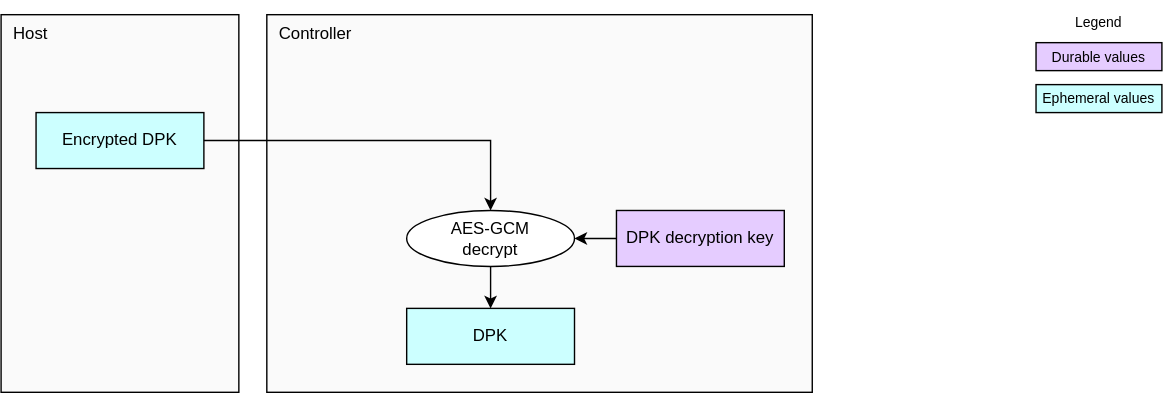
Above: doc/ocp_lock/diagrams/dpk_injection_example.drawio.svg in chipsalliance/Caliptra (draw.io), before the change. Source tidied: cells renumbered, new cells last; positions are measured from the earlier drawing's top-left corner, leaving out a move shared by most shapes.
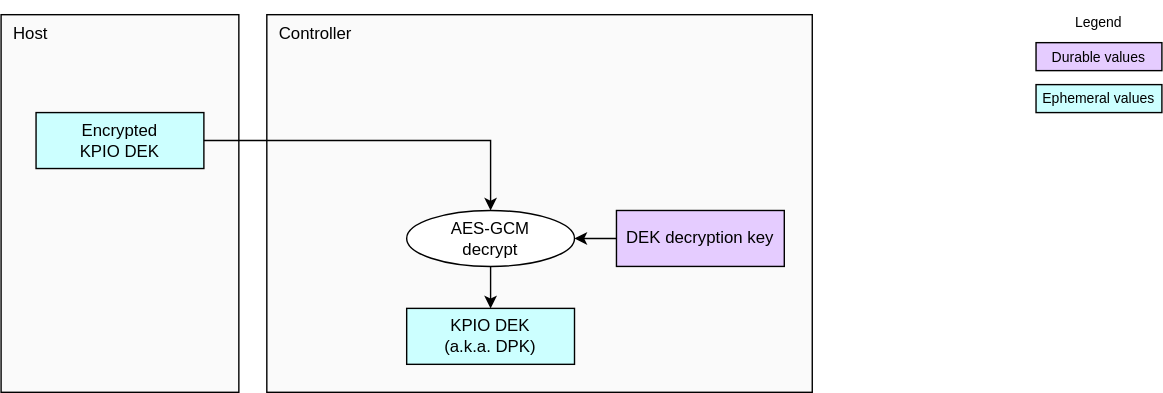
After the commit.

The edit, as a diff of the source:
```diff
@@ -17,7 +17,7 @@
     <mxCell id="6" value="Host" style="rounded=0;whiteSpace=wrap;html=1;fillColor=#FAFAFA;strokeColor=#000000;align=left;verticalAlign=top;spacingLeft=7;" parent="1" vertex="1">
       <mxGeometry y="10" width="170" height="270" as="geometry" />
     </mxCell>
-    <mxCell id="7" value="&lt;div&gt;&lt;span style=&quot;background-color: transparent;&quot;&gt;Encrypted DPK&lt;/span&gt;&lt;/div&gt;" style="rounded=0;whiteSpace=wrap;html=1;align=center;verticalAlign=middle;shadow=0;glass=0;spacingLeft=0;spacingBottom=0;spacingTop=0;fillColor=#CCFFFF;" parent="1" vertex="1">
+    <mxCell id="7" value="&lt;div&gt;&lt;span style=&quot;background-color: transparent;&quot;&gt;Encrypted&lt;/span&gt;&lt;/div&gt;&lt;div&gt;&lt;span style=&quot;background-color: transparent;&quot;&gt;KPIO DEK&lt;/span&gt;&lt;/div&gt;" style="rounded=0;whiteSpace=wrap;html=1;align=center;verticalAlign=middle;shadow=0;glass=0;spacingLeft=0;spacingBottom=0;spacingTop=0;fillColor=#CCFFFF;" parent="1" vertex="1">
       <mxGeometry x="25" y="80" width="120" height="40" as="geometry" />
     </mxCell>
     <mxCell id="8" style="edgeStyle=elbowEdgeStyle;elbow=horizontal;endArrow=classic;html=1;curved=0;rounded=0;endSize=6;startSize=6;exitX=1;exitY=0.5;exitDx=0;exitDy=0;entryX=0.5;entryY=0;entryDx=0;entryDy=0;" parent="1" edge="1" source="7" target="10">
@@ -27,7 +27,7 @@
         </Array>
       </mxGeometry>
     </mxCell>
-    <mxCell id="9" value="&lt;div&gt;&lt;font color=&quot;#000000&quot;&gt;DPK decryption key&lt;/font&gt;&lt;/div&gt;" style="rounded=0;whiteSpace=wrap;html=1;align=center;verticalAlign=middle;shadow=0;glass=0;spacingLeft=0;spacingBottom=0;spacingTop=0;fillColor=#E5CCFF;" parent="1" vertex="1">
+    <mxCell id="9" value="&lt;div&gt;&lt;font color=&quot;#000000&quot;&gt;DEK decryption key&lt;/font&gt;&lt;/div&gt;" style="rounded=0;whiteSpace=wrap;html=1;align=center;verticalAlign=middle;shadow=0;glass=0;spacingLeft=0;spacingBottom=0;spacingTop=0;fillColor=#E5CCFF;" parent="1" vertex="1">
       <mxGeometry x="440" y="150" width="120" height="40" as="geometry" />
     </mxCell>
     <mxCell id="10" value="AES-GCM&lt;div&gt;decrypt&lt;/div&gt;" style="ellipse;whiteSpace=wrap;html=1;fillColor=#FFFFFF;" parent="1" vertex="1">
@@ -36,7 +36,7 @@
     <mxCell id="11" style="endArrow=classic;html=1;exitX=0.5;exitY=1;exitDx=0;exitDy=0;entryX=0.5;entryY=0;entryDx=0;entryDy=0;" parent="1" edge="1" source="10" target="12">
       <mxGeometry relative="1" as="geometry" />
     </mxCell>
-    <mxCell id="12" value="DPK" style="rounded=0;whiteSpace=wrap;html=1;align=center;verticalAlign=middle;shadow=0;glass=0;spacingLeft=0;spacingBottom=0;spacingTop=0;fillColor=#CCFFFF;" parent="1" vertex="1">
+    <mxCell id="12" value="KPIO DEK&lt;div&gt;(a.k.a. DPK)&lt;/div&gt;" style="rounded=0;whiteSpace=wrap;html=1;align=center;verticalAlign=middle;shadow=0;glass=0;spacingLeft=0;spacingBottom=0;spacingTop=0;fillColor=#CCFFFF;" parent="1" vertex="1">
       <mxGeometry x="290" y="220" width="120" height="40" as="geometry" />
     </mxCell>
     <mxCell id="13" style="endArrow=classic;html=1;exitX=0;exitY=0.5;exitDx=0;exitDy=0;entryX=1;entryY=0.5;entryDx=0;entryDy=0;" parent="1" edge="1" source="9" target="10">
```
